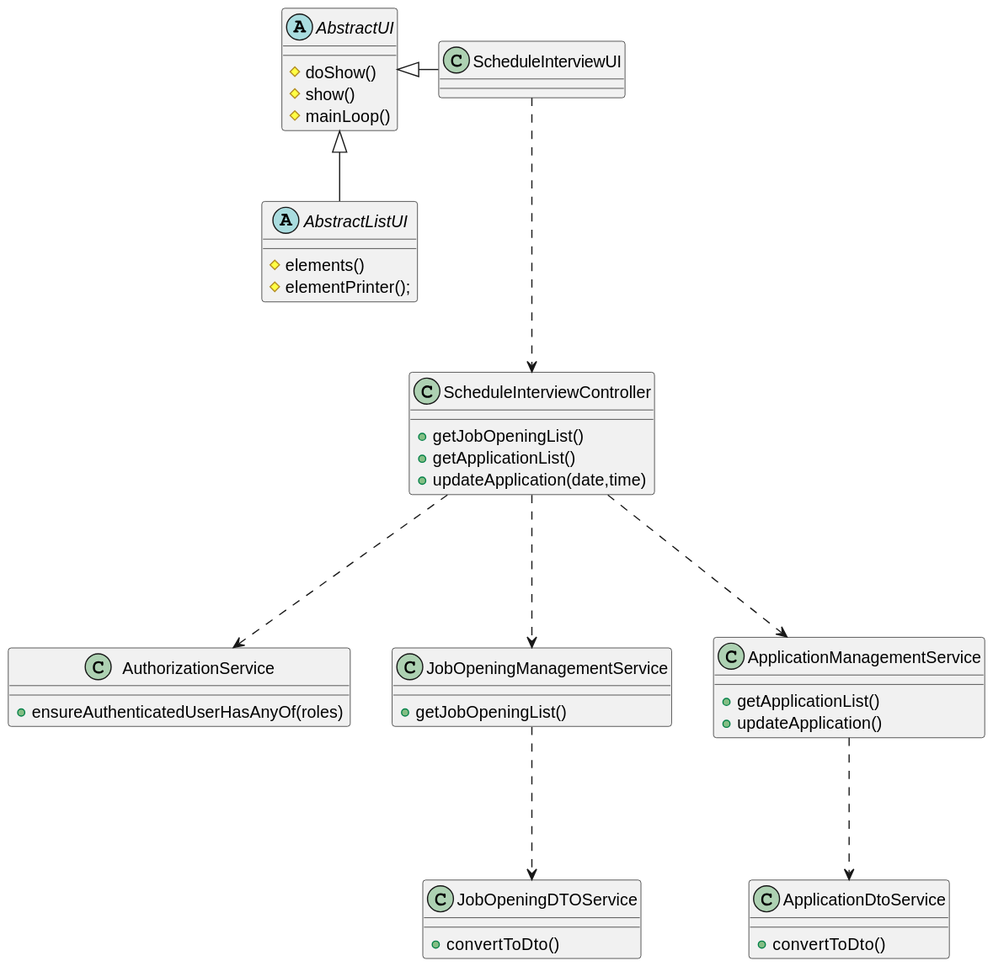
This is docs/sprint-c/us_1014/cd/cd-us-1014.svg from rita-barbosa/LAPR4-2324, a PlantUML export, as it was before one commit.
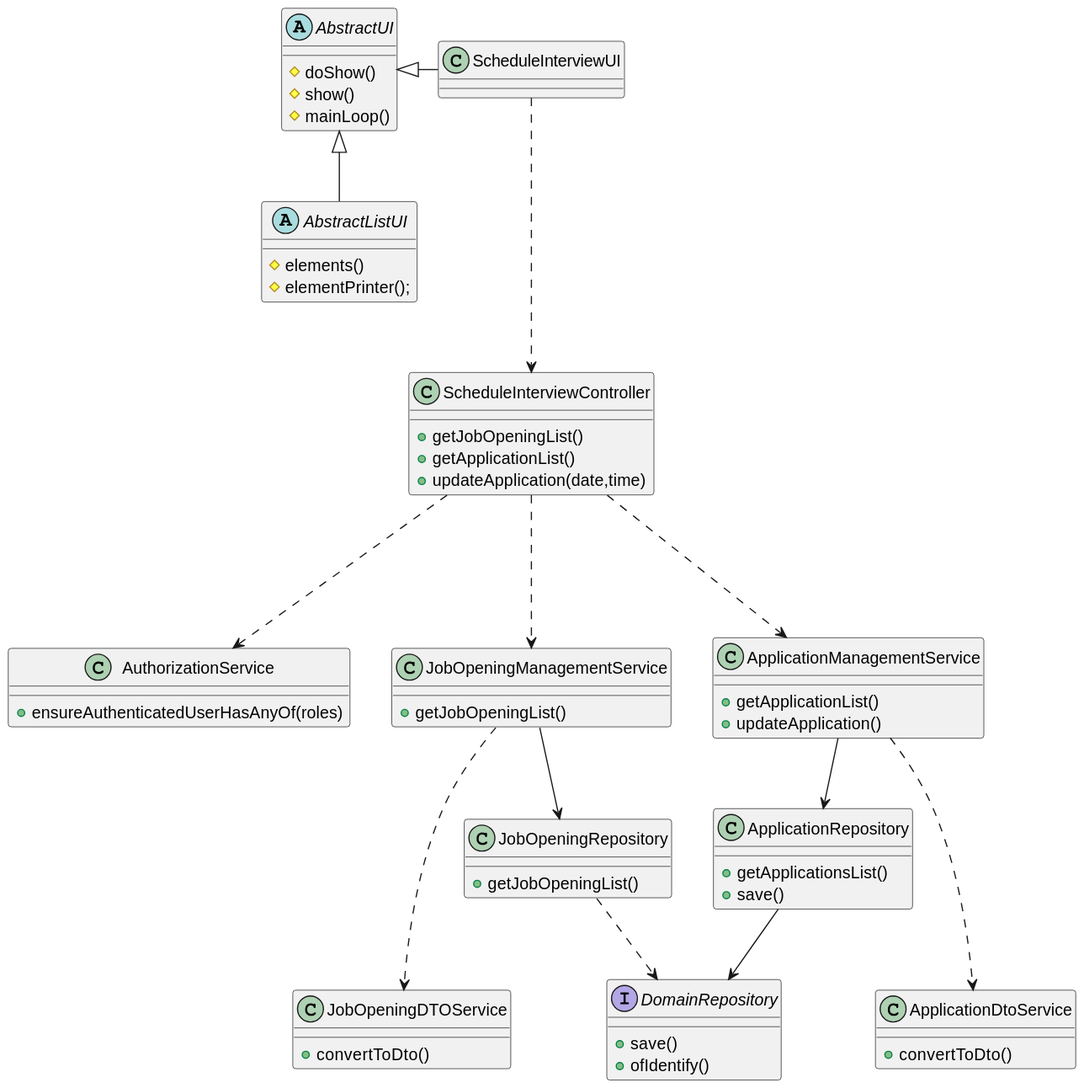
After the commit.

What changed in the source:
```diff
@@ -35,8 +35,20 @@
 + getApplicationList()
 + updateApplication(date,time)
 }
+class JobOpeningRepository{
+    + getJobOpeningList()
 
+}
 
+class ApplicationRepository{
+    + getApplicationsList()
+    + save()
+}
+
+Interface DomainRepository{
+    + save()
+    + ofIdentify()
+}
 
 AbstractUI <|-- AbstractListUI
 AbstractUI <|- ScheduleInterviewUI
@@ -48,5 +60,11 @@
 ScheduleInterviewController .--> JobOpeningManagementService
 
 ApplicationManagementService .--> ApplicationDtoService
+ApplicationManagementService --> ApplicationRepository
 JobOpeningManagementService .--> JobOpeningDTOService
+JobOpeningManagementService --> JobOpeningRepository
+
+JobOpeningRepository ..> DomainRepository
+
+ApplicationRepository --> DomainRepository
 @enduml
```
